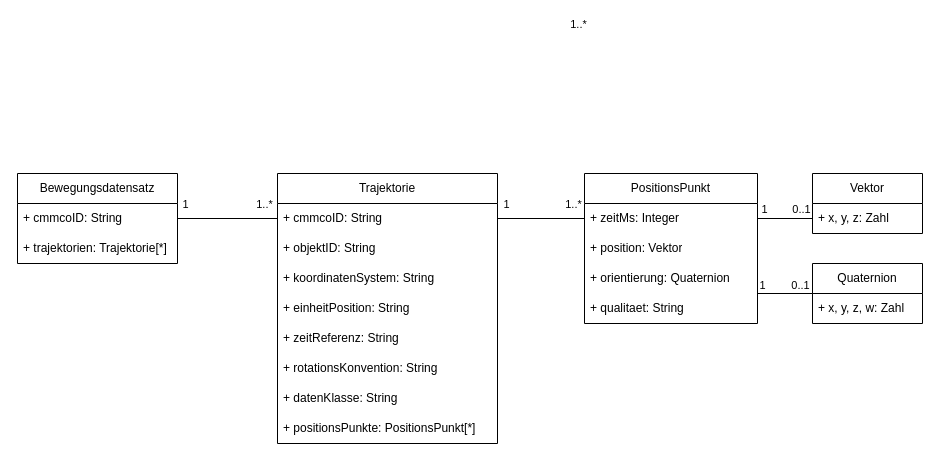
Above: Datentypen v2.drawio in mfneu/fapra (draw.io), before the change. Source tidied: cells renumbered, new cells numbered last; positions are measured from the earlier drawing's top-left corner, leaving out a move shared by most shapes. Both pictures are drawn from the tidied source at 100%, with x=0, y=0 at pixel (17, 173).
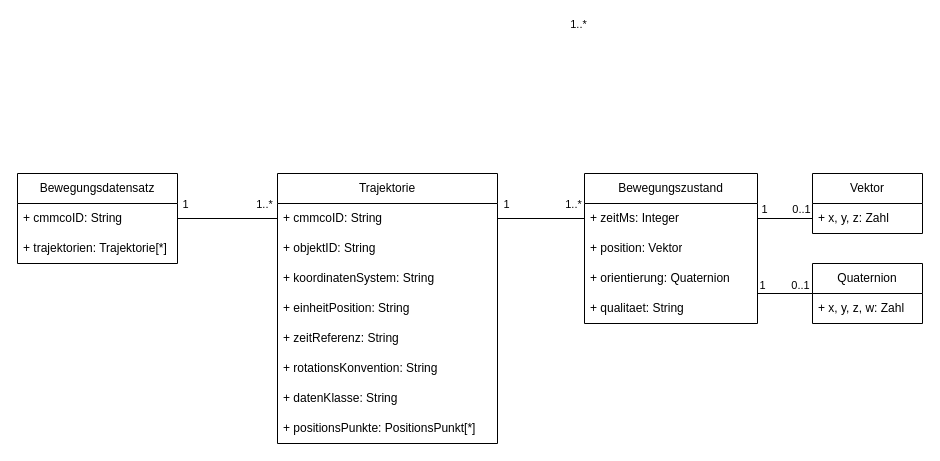
Above is the later version.

Diff of the diagram source:
```diff
@@
-    <mxCell id="14" value="PositionsPunkt" style="swimlane;fontStyle=0;horizontal=1;startSize=30;whiteSpace=wrap;html=1;" parent="1" vertex="1">
+    <mxCell id="14" value="Bewegungszustand" style="swimlane;fontStyle=0;horizontal=1;startSize=30;whiteSpace=wrap;html=1;" parent="1" vertex="1">
       <mxGeometry x="567" width="173" height="150" as="geometry" />
     </mxCell>
```
